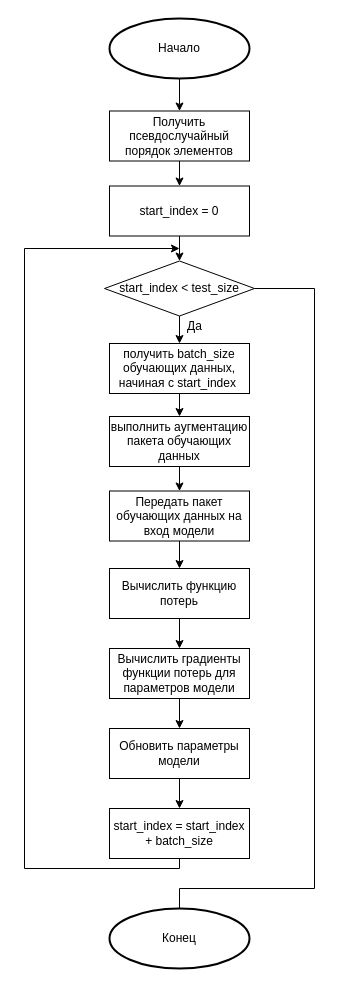
Above: page "Page-3" (2 of 2) of report/inc/img/training_schemes.drawio in maxerMU/bachelor_diploma (draw.io), before the change. Source tidied: cells renumbered, new cells numbered last; positions are measured from the earlier drawing's top-left corner, leaving out a move shared by most shapes. Both pictures are drawn from the tidied source at 100%, with x=0, y=0 at pixel (24, 18).
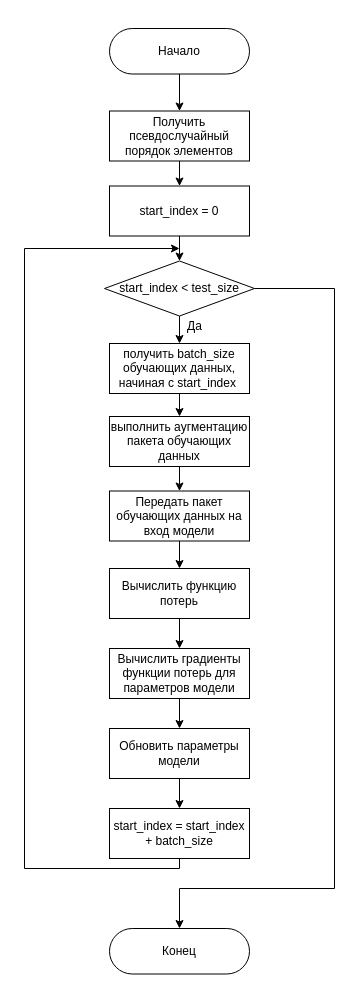
Above is the later version.

Unchanged cells that the change refers to:
```xml
<mxCell id="3" value="Получить псевдослучайный порядок элементов" style="rounded=0;whiteSpace=wrap;html=1;" parent="1" vertex="1">
  <mxGeometry x="85" y="92.5" width="140" height="50" as="geometry" />
</mxCell>
<mxCell id="7" value="start_index &amp;lt; test_size" style="rhombus;whiteSpace=wrap;html=1;" parent="1" vertex="1">
  <mxGeometry x="80" y="242.5" width="150" height="55" as="geometry" />
</mxCell>
```

Change to the diagram source:
```diff
@@
-    <mxCell id="14" style="edgeStyle=orthogonalEdgeStyle;rounded=0;jettySize=auto;html=1;exitX=0.5;exitY=1;exitDx=0;exitDy=0;exitPerimeter=0;entryX=0.5;entryY=0;entryDx=0;entryDy=0;" parent="1" edge="1" source="15" target="3">
+    <mxCell id="14" style="edgeStyle=orthogonalEdgeStyle;rounded=0;jettySize=auto;html=1;exitX=0.5;exitY=1;exitDx=0;exitDy=0;entryX=0.5;entryY=0;entryDx=0;entryDy=0;" parent="1" edge="1" source="15" target="3">
       <mxGeometry relative="1" as="geometry" />
     </mxCell>
-    <mxCell id="15" value="Начало" style="strokeWidth=2;html=1;shape=mxgraph.flowchart.start_1;whiteSpace=wrap;" parent="1" vertex="1">
-      <mxGeometry x="85" width="140" height="60" as="geometry" />
-    </mxCell>
@@
+    <mxCell id="15" value="Начало" style="rounded=1;whiteSpace=wrap;html=1;arcSize=50;" parent="1" vertex="1">
+      <mxGeometry x="85" y="10" width="140" height="45.5" as="geometry" />
+    </mxCell>
-    <mxCell id="25" value="Конец" style="strokeWidth=2;html=1;shape=mxgraph.flowchart.start_1;whiteSpace=wrap;" parent="1" vertex="1">
-      <mxGeometry x="85" y="890" width="140" height="60" as="geometry" />
+    <mxCell id="25" value="Конец" style="rounded=1;whiteSpace=wrap;html=1;arcSize=50;" parent="1" vertex="1">
+      <mxGeometry x="85" y="910" width="140" height="45.5" as="geometry" />
     </mxCell>
-    <mxCell id="26" style="endArrow=none;html=1;rounded=0;entryX=1;entryY=0.5;entryDx=0;entryDy=0;exitX=0.5;exitY=0;exitDx=0;exitDy=0;exitPerimeter=0;edgeStyle=orthogonalEdgeStyle;" parent="1" edge="1" source="25" target="7">
-      <mxGeometry relative="1" as="geometry">
-        <Array as="points">
-          <mxPoint x="155" y="870" />
-          <mxPoint x="290" y="870" />
-          <mxPoint x="290" y="270" />
-        </Array>
-      </mxGeometry>
-    </mxCell>
+    <mxCell id="27" style="endArrow=classic;html=1;rounded=0;exitX=1;exitY=0.5;exitDx=0;exitDy=0;entryX=0.5;entryY=0;entryDx=0;entryDy=0;edgeStyle=orthogonalEdgeStyle;" parent="1" edge="1" source="7" target="25">
+      <mxGeometry relative="1" as="geometry">
+        <Array as="points">
+          <mxPoint x="310" y="270" />
+          <mxPoint x="310" y="870" />
+          <mxPoint x="155" y="870" />
+        </Array>
+      </mxGeometry>
+    </mxCell>
```
